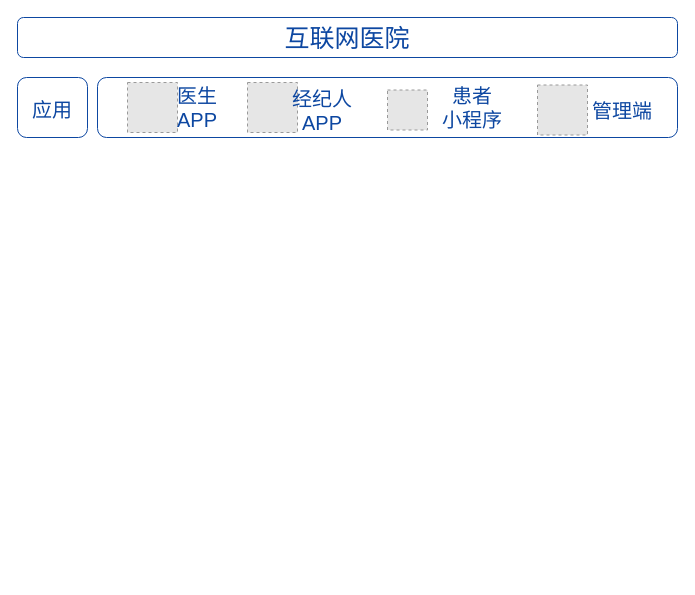
Above: jbh/互联网医院整体架构.drawio in GitHeP/diagrams (draw.io), before the change. Source tidied: cells renumbered, new cells numbered last; positions are measured from the earlier drawing's top-left corner, leaving out a move shared by most shapes. Both pictures are drawn from the tidied source at 100%, with x=0, y=0 at pixel (17, 17). Pictures stored in the file or linked from it are replaced by grey dashed boxes.
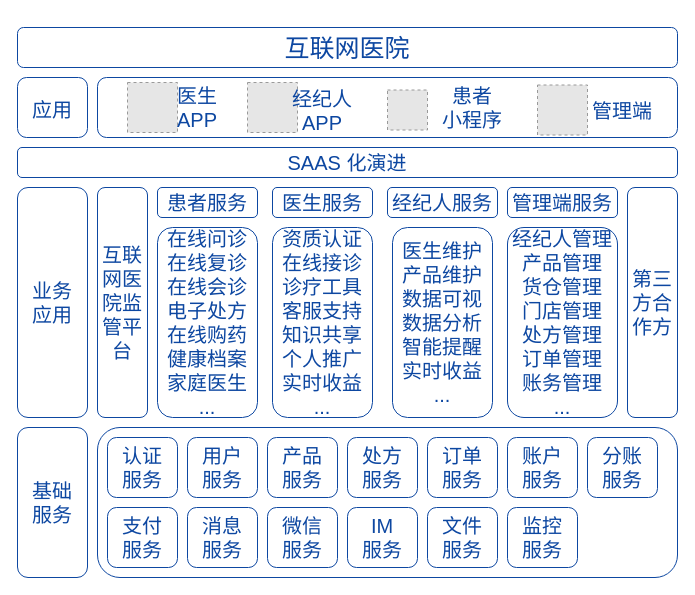
The same diagram, later.

Commit message (it also covers changes not shown here):
更新互联网医院整体架构.drawio

The edit, as a diff of the source:
```diff
@@
     <mxCell id="2" value="&lt;font color=&quot;#0d47a1&quot; style=&quot;font-size: 25px;&quot;&gt;互联网医院&lt;/font&gt;" style="rounded=1;whiteSpace=wrap;html=1;strokeColor=#0D47A1;" parent="1" vertex="1">
-      <mxGeometry width="660" height="40" as="geometry" />
+      <mxGeometry y="10" width="660" height="40" as="geometry" />
     </mxCell>
@@
+    <mxCell id="13" value="业务&lt;br&gt;应用" style="rounded=1;whiteSpace=wrap;html=1;fontSize=20;fontColor=#0D47A1;strokeColor=#0D47A1;" parent="1" vertex="1">
+      <mxGeometry y="170" width="70" height="230" as="geometry" />
+    </mxCell>
+    <mxCell id="14" value="患者服务" style="rounded=1;whiteSpace=wrap;html=1;fontSize=20;fontColor=#0D47A1;strokeColor=#0D47A1;" parent="1" vertex="1">
+      <mxGeometry x="140" y="170" width="100" height="30" as="geometry" />
+    </mxCell>
+    <mxCell id="15" value="在线问诊&lt;br&gt;在线复诊&lt;br&gt;在线会诊&lt;br&gt;电子处方&lt;br&gt;在线购药&lt;br&gt;健康档案家庭医生&lt;br&gt;..." style="rounded=1;whiteSpace=wrap;html=1;fontSize=20;fontColor=#0D47A1;strokeColor=#0D47A1;" parent="1" vertex="1">
+      <mxGeometry x="140" y="210" width="100" height="190" as="geometry" />
+    </mxCell>
+    <mxCell id="16" value="医生服务" style="rounded=1;whiteSpace=wrap;html=1;fontSize=20;fontColor=#0D47A1;strokeColor=#0D47A1;" parent="1" vertex="1">
+      <mxGeometry x="255" y="170" width="100" height="30" as="geometry" />
+    </mxCell>
+    <mxCell id="17" value="资质认证&lt;br&gt;在线接诊&lt;br&gt;诊疗工具&lt;br&gt;客服支持&lt;br&gt;知识共享&lt;br&gt;个人推广&lt;br&gt;实时收益&lt;br&gt;..." style="rounded=1;whiteSpace=wrap;html=1;fontSize=20;fontColor=#0D47A1;strokeColor=#0D47A1;" parent="1" vertex="1">
+      <mxGeometry x="255" y="210" width="100" height="190" as="geometry" />
+    </mxCell>
+    <mxCell id="18" value="经纪人服务" style="rounded=1;whiteSpace=wrap;html=1;fontSize=20;fontColor=#0D47A1;strokeColor=#0D47A1;" parent="1" vertex="1">
+      <mxGeometry x="370" y="170" width="110" height="30" as="geometry" />
+    </mxCell>
+    <mxCell id="19" value="医生维护&lt;br&gt;产品维护&lt;br&gt;数据可视&lt;br&gt;数据分析&lt;br&gt;智能提醒&lt;br&gt;实时收益&lt;br&gt;..." style="rounded=1;whiteSpace=wrap;html=1;fontSize=20;fontColor=#0D47A1;strokeColor=#0D47A1;" parent="1" vertex="1">
+      <mxGeometry x="375" y="210" width="100" height="190" as="geometry" />
+    </mxCell>
+    <mxCell id="20" value="管理端服务" style="rounded=1;whiteSpace=wrap;html=1;fontSize=20;fontColor=#0D47A1;strokeColor=#0D47A1;" parent="1" vertex="1">
+      <mxGeometry x="490" y="170" width="110" height="30" as="geometry" />
+    </mxCell>
+    <mxCell id="21" value="经纪人管理&lt;br&gt;产品管理&lt;br&gt;货仓管理&lt;br&gt;门店管理&lt;br&gt;处方管理&lt;br&gt;订单管理&lt;br&gt;账务管理&lt;br&gt;..." style="rounded=1;whiteSpace=wrap;html=1;fontSize=20;fontColor=#0D47A1;strokeColor=#0D47A1;" parent="1" vertex="1">
+      <mxGeometry x="490" y="210" width="110" height="190" as="geometry" />
+    </mxCell>
+    <mxCell id="22" value="互联网医院监管平台" style="rounded=1;whiteSpace=wrap;html=1;fontSize=20;fontColor=#0D47A1;strokeColor=#0D47A1;" parent="1" vertex="1">
+      <mxGeometry x="80" y="170" width="50" height="230" as="geometry" />
+    </mxCell>
+    <mxCell id="23" value="第三方合作方" style="rounded=1;whiteSpace=wrap;html=1;fontSize=20;fontColor=#0D47A1;strokeColor=#0D47A1;" parent="1" vertex="1">
+      <mxGeometry x="610" y="170" width="50" height="230" as="geometry" />
+    </mxCell>
+    <mxCell id="24" value="基础&lt;br&gt;服务" style="rounded=1;whiteSpace=wrap;html=1;fontSize=20;fontColor=#0D47A1;strokeColor=#0D47A1;" parent="1" vertex="1">
+      <mxGeometry y="410" width="70" height="150" as="geometry" />
+    </mxCell>
+    <mxCell id="25" style="rounded=1;whiteSpace=wrap;html=1;fontSize=20;fontColor=#0D47A1;strokeColor=#0D47A1;" parent="1" vertex="1">
+      <mxGeometry x="80" y="410" width="580" height="150" as="geometry" />
+    </mxCell>
+    <mxCell id="26" value="认证&lt;br&gt;服务" style="rounded=1;whiteSpace=wrap;html=1;fontSize=20;fontColor=#0D47A1;strokeColor=#0D47A1;" parent="1" vertex="1">
+      <mxGeometry x="90" y="420" width="70" height="60" as="geometry" />
+    </mxCell>
+    <mxCell id="27" value="用户&lt;br&gt;服务" style="rounded=1;whiteSpace=wrap;html=1;fontSize=20;fontColor=#0D47A1;strokeColor=#0D47A1;" parent="1" vertex="1">
+      <mxGeometry x="170" y="420" width="70" height="60" as="geometry" />
+    </mxCell>
+    <mxCell id="28" value="产品&lt;br&gt;服务" style="rounded=1;whiteSpace=wrap;html=1;fontSize=20;fontColor=#0D47A1;strokeColor=#0D47A1;" parent="1" vertex="1">
+      <mxGeometry x="250" y="420" width="70" height="60" as="geometry" />
+    </mxCell>
+    <mxCell id="29" value="处方&lt;br&gt;服务" style="rounded=1;whiteSpace=wrap;html=1;fontSize=20;fontColor=#0D47A1;strokeColor=#0D47A1;" parent="1" vertex="1">
+      <mxGeometry x="330" y="420" width="70" height="60" as="geometry" />
+    </mxCell>
+    <mxCell id="30" value="订单&lt;br&gt;服务" style="rounded=1;whiteSpace=wrap;html=1;fontSize=20;fontColor=#0D47A1;strokeColor=#0D47A1;" parent="1" vertex="1">
+      <mxGeometry x="410" y="420" width="70" height="60" as="geometry" />
+    </mxCell>
+    <mxCell id="31" value="账户&lt;br&gt;服务" style="rounded=1;whiteSpace=wrap;html=1;fontSize=20;fontColor=#0D47A1;strokeColor=#0D47A1;" parent="1" vertex="1">
+      <mxGeometry x="490" y="420" width="70" height="60" as="geometry" />
+    </mxCell>
+    <mxCell id="32" value="分账&lt;br&gt;服务" style="rounded=1;whiteSpace=wrap;html=1;fontSize=20;fontColor=#0D47A1;strokeColor=#0D47A1;" parent="1" vertex="1">
+      <mxGeometry x="570" y="420" width="70" height="60" as="geometry" />
+    </mxCell>
+    <mxCell id="33" value="支付&lt;br&gt;服务" style="rounded=1;whiteSpace=wrap;html=1;fontSize=20;fontColor=#0D47A1;strokeColor=#0D47A1;" parent="1" vertex="1">
+      <mxGeometry x="90" y="490" width="70" height="60" as="geometry" />
+    </mxCell>
+    <mxCell id="34" value="消息&lt;br&gt;服务" style="rounded=1;whiteSpace=wrap;html=1;fontSize=20;fontColor=#0D47A1;strokeColor=#0D47A1;" parent="1" vertex="1">
+      <mxGeometry x="170" y="490" width="70" height="60" as="geometry" />
+    </mxCell>
+    <mxCell id="35" value="微信&lt;br&gt;服务" style="rounded=1;whiteSpace=wrap;html=1;fontSize=20;fontColor=#0D47A1;strokeColor=#0D47A1;" parent="1" vertex="1">
+      <mxGeometry x="250" y="490" width="70" height="60" as="geometry" />
+    </mxCell>
+    <mxCell id="36" value="IM&lt;br&gt;服务" style="rounded=1;whiteSpace=wrap;html=1;fontSize=20;fontColor=#0D47A1;strokeColor=#0D47A1;" parent="1" vertex="1">
+      <mxGeometry x="330" y="490" width="70" height="60" as="geometry" />
+    </mxCell>
+    <mxCell id="37" value="文件&lt;br&gt;服务" style="rounded=1;whiteSpace=wrap;html=1;fontSize=20;fontColor=#0D47A1;strokeColor=#0D47A1;" parent="1" vertex="1">
+      <mxGeometry x="410" y="490" width="70" height="60" as="geometry" />
+    </mxCell>
+    <mxCell id="38" value="监控&lt;br&gt;服务" style="rounded=1;whiteSpace=wrap;html=1;fontSize=20;fontColor=#0D47A1;strokeColor=#0D47A1;" parent="1" vertex="1">
+      <mxGeometry x="490" y="490" width="70" height="60" as="geometry" />
+    </mxCell>
+    <mxCell id="39" value="SAAS 化演进" style="rounded=1;whiteSpace=wrap;html=1;fontSize=20;fontColor=#0D47A1;strokeColor=#0D47A1;" parent="1" vertex="1">
+      <mxGeometry y="130" width="660" height="30" as="geometry" />
+    </mxCell>
```
